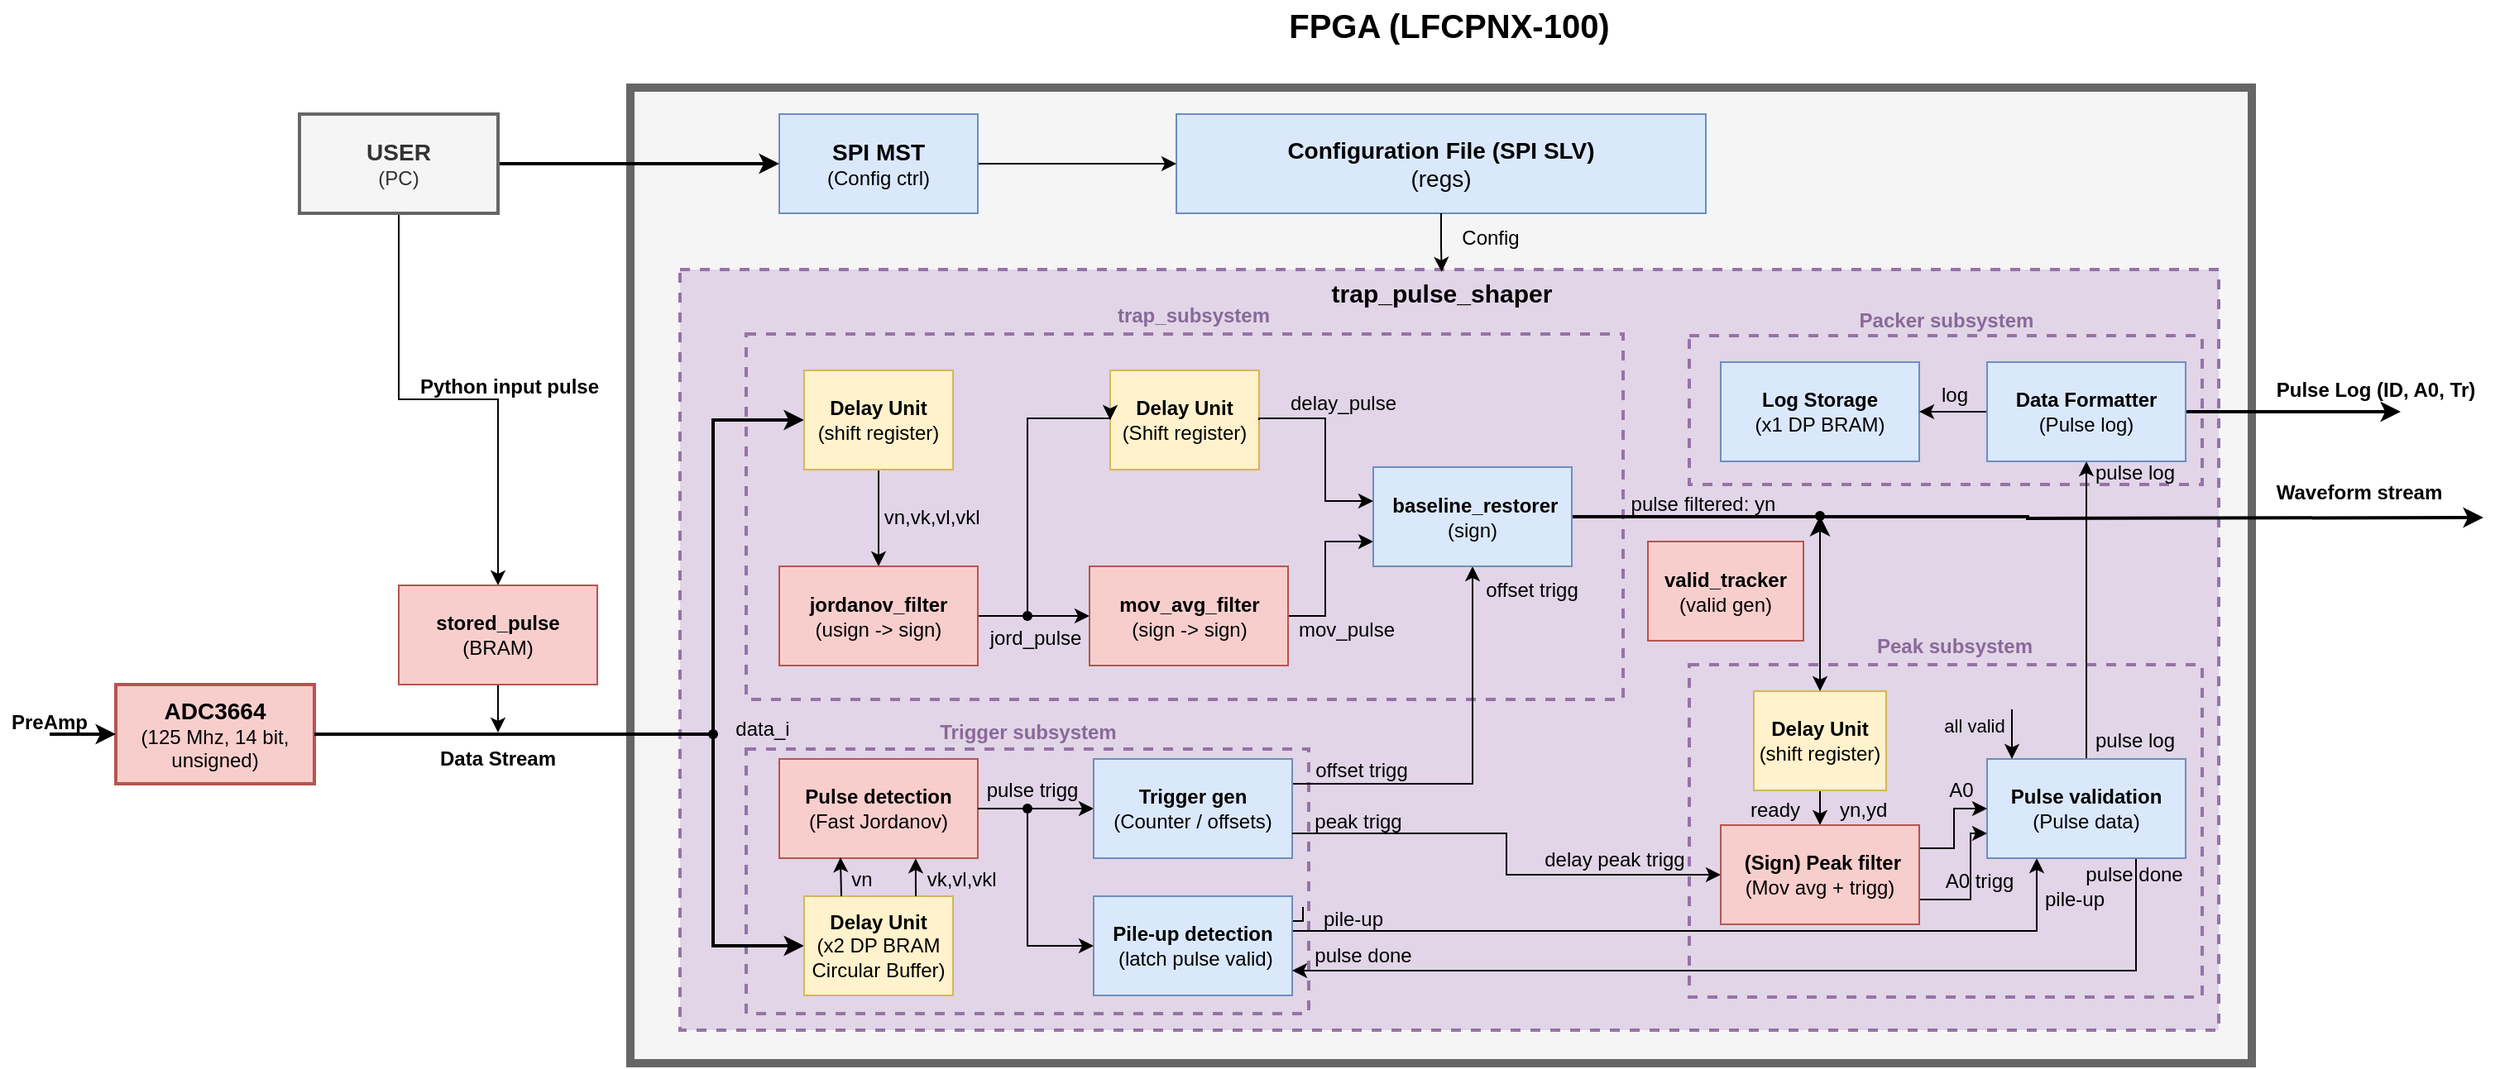
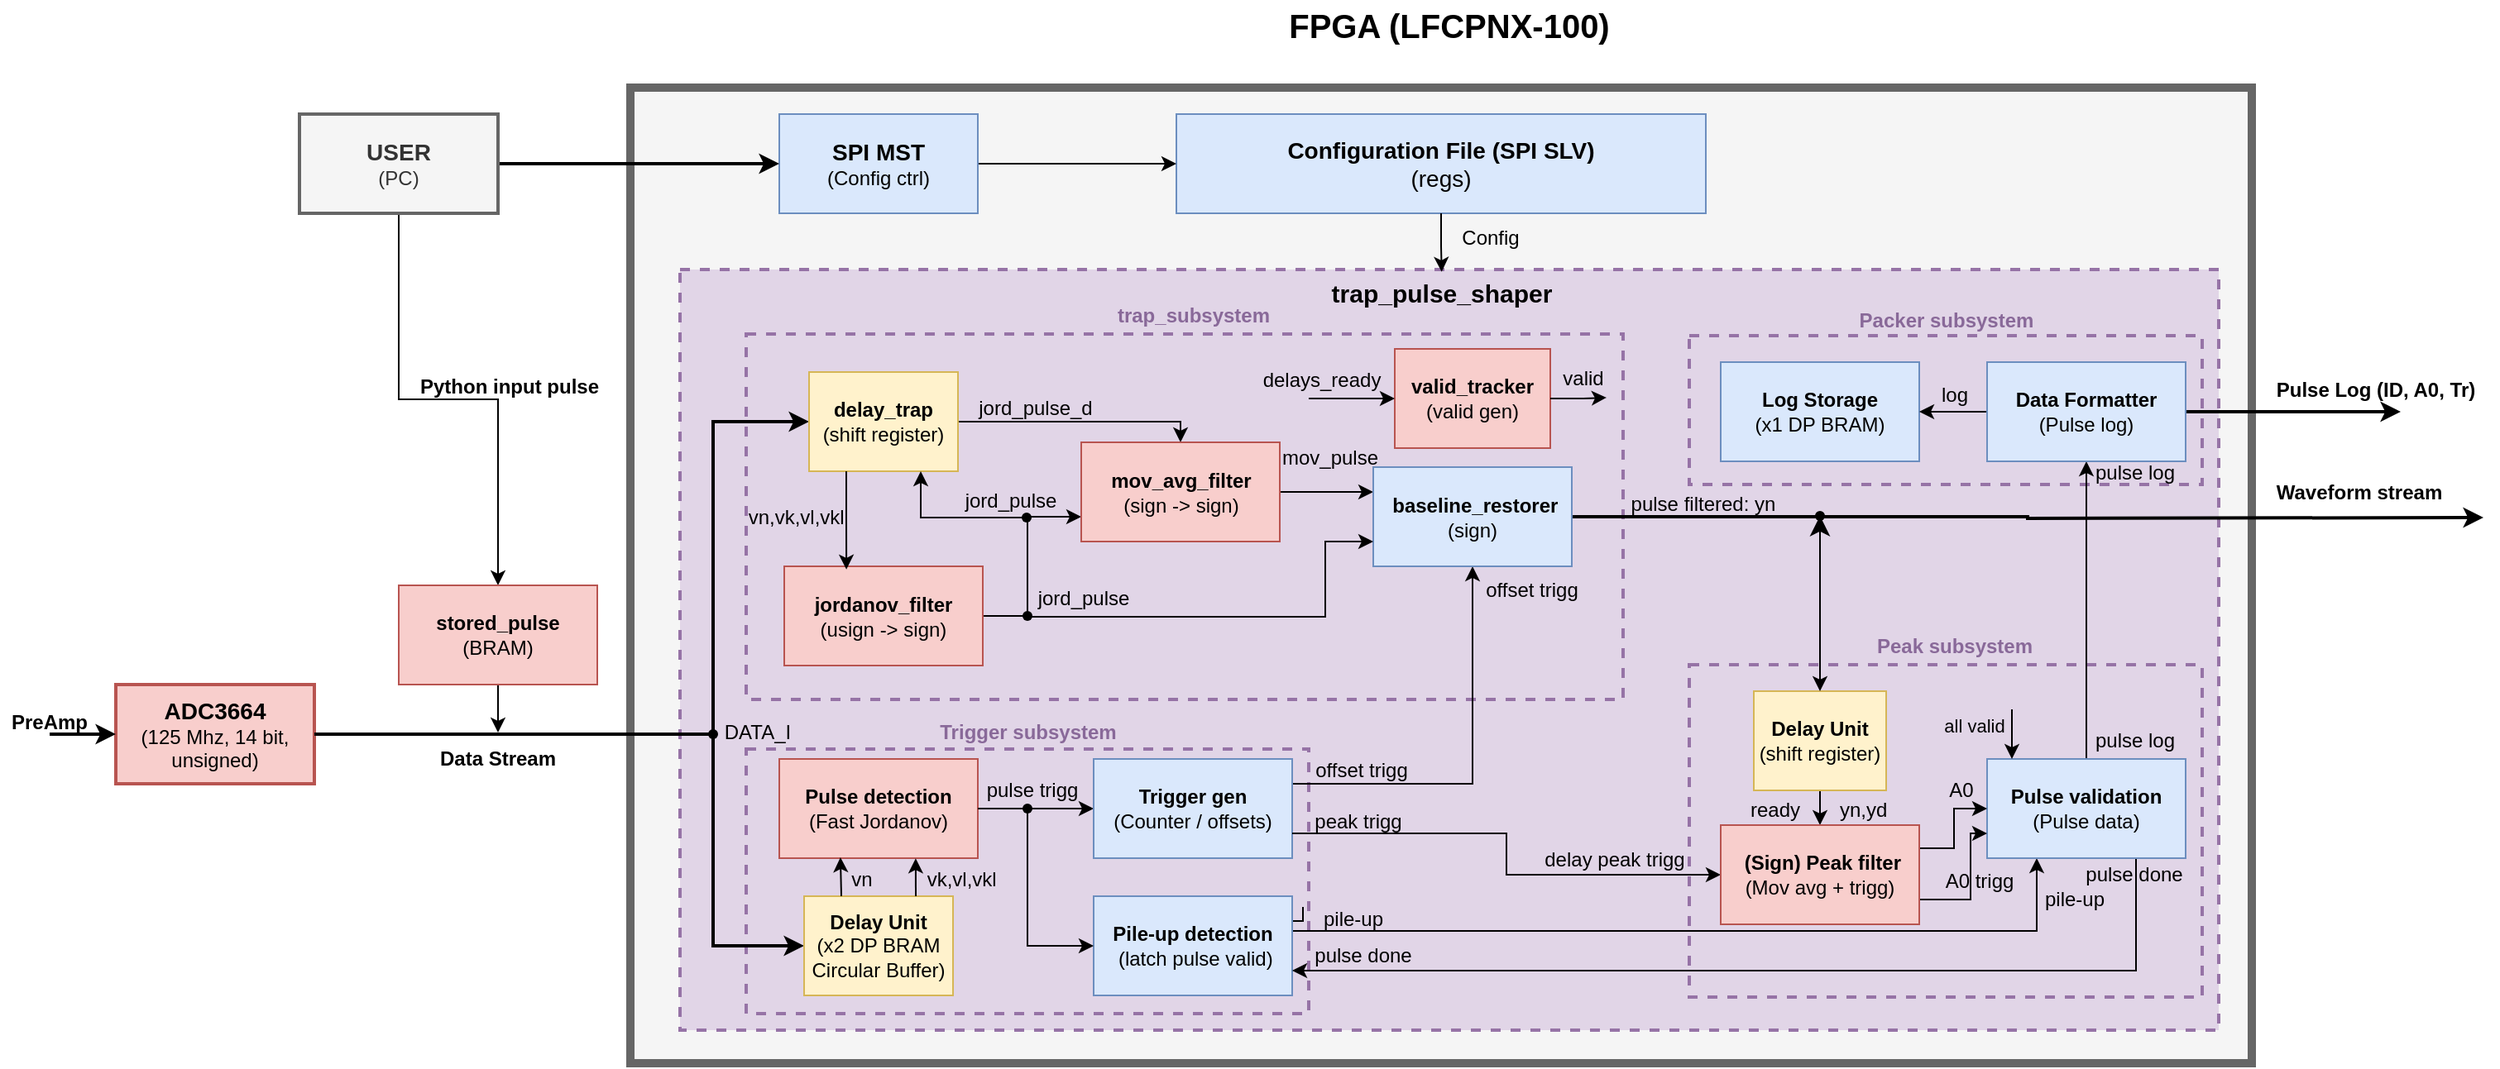
<mxfile host="app.diagrams.net">
  <diagram name="Página-1" id="DUChFk5_xbMTv0LWm646">
-     <mxGraphModel dx="2235" dy="1448" grid="1" gridSize="10" guides="1" tooltips="1" connect="1" arrows="1" fold="1" page="1" pageScale="1" pageWidth="1169" pageHeight="827" math="0" shadow="0">
+     <mxGraphModel dx="2388" dy="1537" grid="1" gridSize="10" guides="1" tooltips="1" connect="1" arrows="1" fold="1" page="1" pageScale="1" pageWidth="1169" pageHeight="827" math="0" shadow="0">
      <root>
        <mxCell id="0" />
        <mxCell id="1" parent="0" />
        <mxCell id="C5UH879O8CjxN1mO6zWX-1" parent="1" style="rounded=0;whiteSpace=wrap;html=1;fillColor=#f5f5f5;strokeColor=#666666;strokeWidth=5;fontColor=#333333;" value="" vertex="1">
          <mxGeometry height="590" width="980" x="200" y="-160" as="geometry" />
        </mxCell>
        <mxCell id="C5UH879O8CjxN1mO6zWX-2" parent="1" style="rounded=0;whiteSpace=wrap;html=1;fillColor=#e1d5e7;strokeColor=#9673a6;strokeWidth=2;dashed=1;" value="" vertex="1">
          <mxGeometry height="460" width="930" x="230" y="-50" as="geometry" />
        </mxCell>
        <mxCell id="C5UH879O8CjxN1mO6zWX-3" parent="1" style="rounded=0;whiteSpace=wrap;html=1;fillColor=#e1d5e7;strokeColor=#9673a6;dashed=1;strokeWidth=2;" value="" vertex="1">
          <mxGeometry height="201" width="310" x="840" y="189" as="geometry" />
        </mxCell>
        <mxCell id="C5UH879O8CjxN1mO6zWX-4" parent="1" style="rounded=0;whiteSpace=wrap;html=1;fillColor=#e1d5e7;strokeColor=#9673a6;dashed=1;strokeWidth=2;" value="" vertex="1">
          <mxGeometry height="90" width="310" x="840" y="-10" as="geometry" />
        </mxCell>
        <mxCell id="C5UH879O8CjxN1mO6zWX-5" parent="1" style="rounded=0;whiteSpace=wrap;html=1;fillColor=#e1d5e7;strokeColor=#9673a6;dashed=1;strokeWidth=2;" value="" vertex="1">
          <mxGeometry height="221" width="530" x="270" y="-11" as="geometry" />
        </mxCell>
        <mxCell id="C5UH879O8CjxN1mO6zWX-6" parent="1" style="rounded=0;whiteSpace=wrap;html=1;fillColor=#e1d5e7;strokeColor=#9673a6;dashed=1;strokeWidth=2;" value="" vertex="1">
          <mxGeometry height="160" width="340" x="270" y="240" as="geometry" />
        </mxCell>
        <mxCell id="C5UH879O8CjxN1mO6zWX-7" parent="1" style="rounded=0;whiteSpace=wrap;html=1;fillColor=#f8cecc;strokeColor=#b85450;strokeWidth=2;" value="&lt;b&gt;&lt;font style=&quot;font-size: 14px;&quot;&gt;ADC3664&lt;/font&gt;&lt;/b&gt;&lt;div&gt;(125 Mhz, 14 bit, unsigned)&lt;/div&gt;" vertex="1">
          <mxGeometry height="60" width="120" x="-111" y="201" as="geometry" />
        </mxCell>
        <mxCell id="C5UH879O8CjxN1mO6zWX-8" edge="1" parent="1" source="C5UH879O8CjxN1mO6zWX-50" style="edgeStyle=orthogonalEdgeStyle;rounded=0;orthogonalLoop=1;jettySize=auto;html=1;" target="C5UH879O8CjxN1mO6zWX-46" value="">
          <mxGeometry relative="1" as="geometry" />
        </mxCell>
        <mxCell id="C5UH879O8CjxN1mO6zWX-9" parent="1" style="rounded=0;whiteSpace=wrap;html=1;fillColor=#f8cecc;strokeColor=#b85450;" value="&lt;b&gt;Pulse detection&lt;/b&gt;&lt;div&gt;(Fast Jordanov)&lt;/div&gt;" vertex="1">
          <mxGeometry height="60" width="120" x="290" y="246" as="geometry" />
        </mxCell>
-         <mxCell id="C5UH879O8CjxN1mO6zWX-11" parent="1" style="rounded=0;whiteSpace=wrap;html=1;fillColor=#fff2cc;strokeColor=#d6b656;" value="&lt;div&gt;&lt;span style=&quot;background-color: transparent; color: light-dark(rgb(0, 0, 0), rgb(255, 255, 255));&quot;&gt;&lt;b style=&quot;&quot;&gt;&lt;font&gt;Delay Unit&lt;/font&gt;&lt;/b&gt;&lt;/span&gt;&lt;/div&gt;&lt;div&gt;&lt;span style=&quot;background-color: transparent; color: light-dark(rgb(0, 0, 0), rgb(255, 255, 255));&quot;&gt;&lt;font&gt;(Shift register)&lt;/font&gt;&lt;/span&gt;&lt;/div&gt;" vertex="1">
-           <mxGeometry height="60" width="90" x="490" y="11" as="geometry" />
-         </mxCell>
        <mxCell id="C5UH879O8CjxN1mO6zWX-14" edge="1" parent="1" source="C5UH879O8CjxN1mO6zWX-15" style="edgeStyle=orthogonalEdgeStyle;rounded=0;orthogonalLoop=1;jettySize=auto;html=1;entryX=0;entryY=0.5;entryDx=0;entryDy=0;strokeWidth=2;" target="C5UH879O8CjxN1mO6zWX-83">
          <mxGeometry relative="1" as="geometry">
            <Array as="points">
              <mxPoint x="250" y="359" />
            </Array>
          </mxGeometry>
        </mxCell>
-         <mxCell id="k51QHuAgghIAk2RmYg5w-34" edge="1" parent="1" source="C5UH879O8CjxN1mO6zWX-15" style="edgeStyle=orthogonalEdgeStyle;rounded=0;orthogonalLoop=1;jettySize=auto;html=1;entryX=0;entryY=0.5;entryDx=0;entryDy=0;strokeWidth=2;" target="C5UH879O8CjxN1mO6zWX-19">
-           <mxGeometry relative="1" as="geometry">
-             <Array as="points">
-               <mxPoint x="250.03" y="41.03" />
+         <mxCell id="k51QHuAgghIAk2RmYg5w-55" edge="1" parent="1" source="C5UH879O8CjxN1mO6zWX-15" style="edgeStyle=orthogonalEdgeStyle;rounded=0;orthogonalLoop=1;jettySize=auto;html=1;entryX=0;entryY=0.5;entryDx=0;entryDy=0;strokeWidth=2;" target="C5UH879O8CjxN1mO6zWX-19">
+           <mxGeometry relative="1" as="geometry">
+             <Array as="points">
+               <mxPoint x="250" y="42" />
            </Array>
          </mxGeometry>
        </mxCell>
        <mxCell id="C5UH879O8CjxN1mO6zWX-15" parent="1" style="shape=waypoint;sketch=0;fillStyle=solid;size=6;pointerEvents=1;points=[];fillColor=none;resizable=0;rotatable=0;perimeter=centerPerimeter;snapToPoint=1;" value="" vertex="1">
          <mxGeometry height="20" width="20" x="240" y="221" as="geometry" />
        </mxCell>
        <mxCell id="C5UH879O8CjxN1mO6zWX-16" edge="1" parent="1" source="C5UH879O8CjxN1mO6zWX-7" style="edgeStyle=orthogonalEdgeStyle;rounded=0;orthogonalLoop=1;jettySize=auto;html=1;entryX=0.3;entryY=0.567;entryDx=0;entryDy=0;entryPerimeter=0;endArrow=none;endFill=0;strokeWidth=2;" target="C5UH879O8CjxN1mO6zWX-15">
          <mxGeometry relative="1" as="geometry" />
        </mxCell>
        <mxCell id="C5UH879O8CjxN1mO6zWX-17" parent="1" style="text;html=1;whiteSpace=wrap;strokeColor=none;fillColor=none;align=center;verticalAlign=middle;rounded=0;" value="&lt;b&gt;Data Stream&lt;/b&gt;" vertex="1">
          <mxGeometry height="30" width="106" x="67" y="231" as="geometry" />
        </mxCell>
-         <mxCell id="k51QHuAgghIAk2RmYg5w-35" edge="1" parent="1" source="C5UH879O8CjxN1mO6zWX-19" style="edgeStyle=orthogonalEdgeStyle;rounded=0;orthogonalLoop=1;jettySize=auto;html=1;entryX=0.5;entryY=0;entryDx=0;entryDy=0;" target="C5UH879O8CjxN1mO6zWX-23">
-           <mxGeometry relative="1" as="geometry" />
-         </mxCell>
-         <mxCell id="C5UH879O8CjxN1mO6zWX-19" parent="1" style="rounded=0;whiteSpace=wrap;html=1;fillColor=#fff2cc;strokeColor=#d6b656;" value="&lt;div&gt;&lt;span style=&quot;background-color: transparent; color: light-dark(rgb(0, 0, 0), rgb(255, 255, 255));&quot;&gt;&lt;b&gt;Delay Unit&lt;/b&gt;&lt;/span&gt;&lt;/div&gt;&lt;div&gt;&lt;span style=&quot;background-color: transparent; color: light-dark(rgb(0, 0, 0), rgb(255, 255, 255));&quot;&gt;(shift register)&lt;/span&gt;&lt;/div&gt;" vertex="1">
-           <mxGeometry height="60" width="90" x="305" y="11" as="geometry" />
+         <mxCell id="k51QHuAgghIAk2RmYg5w-47" edge="1" parent="1" source="C5UH879O8CjxN1mO6zWX-19" style="edgeStyle=orthogonalEdgeStyle;rounded=0;orthogonalLoop=1;jettySize=auto;html=1;entryX=0.5;entryY=0;entryDx=0;entryDy=0;jumpStyle=arc;exitX=1;exitY=0.5;exitDx=0;exitDy=0;" target="C5UH879O8CjxN1mO6zWX-41">
+           <mxGeometry relative="1" as="geometry">
+             <Array as="points">
+               <mxPoint x="532.5" y="42" />
+             </Array>
+           </mxGeometry>
+         </mxCell>
+         <mxCell id="C5UH879O8CjxN1mO6zWX-19" parent="1" style="rounded=0;whiteSpace=wrap;html=1;fillColor=#fff2cc;strokeColor=#d6b656;" value="&lt;div&gt;&lt;span style=&quot;background-color: transparent; color: light-dark(rgb(0, 0, 0), rgb(255, 255, 255));&quot;&gt;&lt;b&gt;delay_trap&lt;/b&gt;&lt;/span&gt;&lt;/div&gt;&lt;div&gt;&lt;span style=&quot;background-color: transparent; color: light-dark(rgb(0, 0, 0), rgb(255, 255, 255));&quot;&gt;(shift register)&lt;/span&gt;&lt;/div&gt;" vertex="1">
+           <mxGeometry height="60" width="90" x="308" y="12" as="geometry" />
        </mxCell>
        <mxCell id="C5UH879O8CjxN1mO6zWX-20" edge="1" parent="1" source="C5UH879O8CjxN1mO6zWX-52" style="edgeStyle=orthogonalEdgeStyle;rounded=0;orthogonalLoop=1;jettySize=auto;html=1;entryX=0.25;entryY=1;entryDx=0;entryDy=0;exitX=0;exitY=0.25;exitDx=0;exitDy=0;" target="C5UH879O8CjxN1mO6zWX-28">
          <mxGeometry relative="1" as="geometry">
            <Array as="points">
              <mxPoint x="577" y="344" />
              <mxPoint x="577" y="350" />
              <mxPoint x="1050" y="350" />
            </Array>
          </mxGeometry>
        </mxCell>
        <mxCell id="C5UH879O8CjxN1mO6zWX-21" parent="1" style="rounded=0;whiteSpace=wrap;html=1;fillColor=#dae8fc;strokeColor=#6c8ebf;" value="&lt;div&gt;&lt;b&gt;Pile-up detection&lt;/b&gt;&lt;/div&gt;&lt;div&gt;&amp;nbsp;(latch pulse valid)&lt;/div&gt;" vertex="1">
          <mxGeometry height="60" width="120" x="480" y="329" as="geometry" />
        </mxCell>
-         <mxCell id="k51QHuAgghIAk2RmYg5w-36" edge="1" parent="1" source="C5UH879O8CjxN1mO6zWX-23" style="edgeStyle=orthogonalEdgeStyle;rounded=0;orthogonalLoop=1;jettySize=auto;html=1;entryX=0;entryY=0.5;entryDx=0;entryDy=0;" target="C5UH879O8CjxN1mO6zWX-41">
-           <mxGeometry relative="1" as="geometry" />
+         <mxCell id="k51QHuAgghIAk2RmYg5w-36" edge="1" parent="1" source="C5UH879O8CjxN1mO6zWX-23" style="edgeStyle=orthogonalEdgeStyle;rounded=0;orthogonalLoop=1;jettySize=auto;html=1;entryX=0;entryY=0.75;entryDx=0;entryDy=0;" target="C5UH879O8CjxN1mO6zWX-41">
+           <mxGeometry relative="1" as="geometry">
+             <Array as="points">
+               <mxPoint x="440" y="159.5" />
+               <mxPoint x="440" y="99.5" />
+             </Array>
+           </mxGeometry>
        </mxCell>
        <mxCell id="C5UH879O8CjxN1mO6zWX-23" parent="1" style="rounded=0;whiteSpace=wrap;html=1;fillColor=#f8cecc;strokeColor=#b85450;" value="&lt;div&gt;&lt;span style=&quot;background-color: transparent; color: light-dark(rgb(0, 0, 0), rgb(255, 255, 255));&quot;&gt;&lt;b&gt;jordanov_filter&lt;/b&gt;&lt;/span&gt;&lt;/div&gt;&lt;div&gt;&lt;span style=&quot;background-color: transparent; color: light-dark(rgb(0, 0, 0), rgb(255, 255, 255));&quot;&gt;(usign -&amp;gt; sign)&lt;/span&gt;&lt;/div&gt;" vertex="1">
-           <mxGeometry height="60" width="120" x="290" y="129.5" as="geometry" />
+           <mxGeometry height="60" width="120" x="293" y="129.5" as="geometry" />
        </mxCell>
        <mxCell id="C5UH879O8CjxN1mO6zWX-24" edge="1" parent="1" source="C5UH879O8CjxN1mO6zWX-25" style="edgeStyle=orthogonalEdgeStyle;rounded=0;orthogonalLoop=1;jettySize=auto;html=1;" target="C5UH879O8CjxN1mO6zWX-69" value="">
          <mxGeometry relative="1" as="geometry" />
        </mxCell>
        <mxCell id="C5UH879O8CjxN1mO6zWX-25" parent="1" style="rounded=0;whiteSpace=wrap;html=1;fillColor=#fff2cc;strokeColor=#d6b656;" value="&lt;div&gt;&lt;span style=&quot;background-color: transparent; color: light-dark(rgb(0, 0, 0), rgb(255, 255, 255));&quot;&gt;&lt;b&gt;Delay Unit&lt;/b&gt;&lt;/span&gt;&lt;/div&gt;&lt;div&gt;&lt;span style=&quot;background-color: transparent; color: light-dark(rgb(0, 0, 0), rgb(255, 255, 255));&quot;&gt;(shift register)&lt;/span&gt;&lt;/div&gt;" vertex="1">
          <mxGeometry height="60" width="80" x="879" y="205" as="geometry" />
        </mxCell>
        <mxCell id="C5UH879O8CjxN1mO6zWX-26" edge="1" parent="1" source="C5UH879O8CjxN1mO6zWX-28" style="edgeStyle=orthogonalEdgeStyle;rounded=0;orthogonalLoop=1;jettySize=auto;html=1;" target="C5UH879O8CjxN1mO6zWX-55">
          <mxGeometry relative="1" as="geometry" />
        </mxCell>
        <mxCell id="C5UH879O8CjxN1mO6zWX-27" edge="1" parent="1" source="C5UH879O8CjxN1mO6zWX-28" style="edgeStyle=orthogonalEdgeStyle;rounded=0;orthogonalLoop=1;jettySize=auto;html=1;exitX=0.75;exitY=1;exitDx=0;exitDy=0;entryX=1;entryY=0.75;entryDx=0;entryDy=0;" target="C5UH879O8CjxN1mO6zWX-21">
          <mxGeometry relative="1" as="geometry" />
        </mxCell>
        <mxCell id="C5UH879O8CjxN1mO6zWX-28" parent="1" style="rounded=0;whiteSpace=wrap;html=1;fillColor=#dae8fc;strokeColor=#6c8ebf;" value="&lt;div&gt;&lt;span style=&quot;background-color: transparent; color: light-dark(rgb(0, 0, 0), rgb(255, 255, 255));&quot;&gt;&lt;b&gt;Pulse validation&lt;/b&gt;&lt;/span&gt;&lt;/div&gt;&lt;div&gt;&lt;span style=&quot;background-color: transparent; color: light-dark(rgb(0, 0, 0), rgb(255, 255, 255));&quot;&gt;(Pulse data)&lt;/span&gt;&lt;/div&gt;" vertex="1">
          <mxGeometry height="60" width="120" x="1020" y="246" as="geometry" />
        </mxCell>
        <mxCell id="C5UH879O8CjxN1mO6zWX-29" parent="1" style="rounded=0;whiteSpace=wrap;html=1;fillColor=#dae8fc;strokeColor=#6c8ebf;" value="&lt;div&gt;&lt;span style=&quot;background-color: transparent; color: light-dark(rgb(0, 0, 0), rgb(255, 255, 255));&quot;&gt;&lt;b&gt;&lt;font style=&quot;font-size: 14px;&quot;&gt;Configuration File (SPI SLV)&lt;/font&gt;&lt;/b&gt;&lt;/span&gt;&lt;/div&gt;&lt;div&gt;&lt;span style=&quot;background-color: transparent; color: light-dark(rgb(0, 0, 0), rgb(255, 255, 255));&quot;&gt;&lt;font style=&quot;font-size: 14px;&quot;&gt;(regs)&lt;/font&gt;&lt;/span&gt;&lt;/div&gt;" vertex="1">
          <mxGeometry height="60" width="320" x="530" y="-144" as="geometry" />
        </mxCell>
        <mxCell id="C5UH879O8CjxN1mO6zWX-30" edge="1" parent="1" source="C5UH879O8CjxN1mO6zWX-31" style="edgeStyle=orthogonalEdgeStyle;rounded=0;orthogonalLoop=1;jettySize=auto;html=1;" target="C5UH879O8CjxN1mO6zWX-29" value="">
          <mxGeometry relative="1" as="geometry" />
        </mxCell>
        <mxCell id="C5UH879O8CjxN1mO6zWX-31" parent="1" style="rounded=0;whiteSpace=wrap;html=1;fillColor=#dae8fc;strokeColor=#6c8ebf;" value="&lt;div&gt;&lt;span style=&quot;background-color: transparent; color: light-dark(rgb(0, 0, 0), rgb(255, 255, 255));&quot;&gt;&lt;b&gt;&lt;font style=&quot;font-size: 14px;&quot;&gt;SPI MST&lt;/font&gt;&lt;/b&gt;&lt;/span&gt;&lt;/div&gt;&lt;div&gt;&lt;span style=&quot;background-color: transparent; color: light-dark(rgb(0, 0, 0), rgb(255, 255, 255));&quot;&gt;(Config ctrl)&lt;/span&gt;&lt;/div&gt;" vertex="1">
          <mxGeometry height="60" width="120" x="290" y="-144" as="geometry" />
        </mxCell>
        <mxCell id="C5UH879O8CjxN1mO6zWX-32" edge="1" parent="1" source="C5UH879O8CjxN1mO6zWX-38" style="endArrow=classic;html=1;rounded=0;entryX=0;entryY=0.5;entryDx=0;entryDy=0;strokeWidth=2;exitX=1;exitY=0.5;exitDx=0;exitDy=0;" target="C5UH879O8CjxN1mO6zWX-31" value="">
          <mxGeometry height="50" relative="1" width="50" as="geometry">
            <mxPoint x="161" y="-114" as="sourcePoint" />
            <mxPoint x="211" y="-114" as="targetPoint" />
          </mxGeometry>
        </mxCell>
        <mxCell id="C5UH879O8CjxN1mO6zWX-33" edge="1" parent="1" style="endArrow=classic;html=1;rounded=0;entryX=0;entryY=0.5;entryDx=0;entryDy=0;strokeWidth=2;" target="C5UH879O8CjxN1mO6zWX-7" value="">
          <mxGeometry height="50" relative="1" width="50" as="geometry">
            <mxPoint x="-151" y="231" as="sourcePoint" />
            <mxPoint x="-83" y="248" as="targetPoint" />
          </mxGeometry>
        </mxCell>
        <mxCell id="C5UH879O8CjxN1mO6zWX-35" parent="1" style="rounded=0;whiteSpace=wrap;html=1;fillColor=#dae8fc;strokeColor=#6c8ebf;" value="&lt;div&gt;&lt;span style=&quot;background-color: transparent; color: light-dark(rgb(0, 0, 0), rgb(255, 255, 255));&quot;&gt;&lt;b&gt;Log Storage&lt;/b&gt;&lt;/span&gt;&lt;/div&gt;&lt;div&gt;&lt;span style=&quot;background-color: transparent; color: light-dark(rgb(0, 0, 0), rgb(255, 255, 255));&quot;&gt;(x1 DP BRAM)&lt;/span&gt;&lt;/div&gt;" vertex="1">
          <mxGeometry height="60" width="120" x="859" y="6" as="geometry" />
        </mxCell>
        <mxCell id="C5UH879O8CjxN1mO6zWX-36" edge="1" parent="1" source="C5UH879O8CjxN1mO6zWX-55" style="endArrow=classic;html=1;rounded=0;exitX=1;exitY=0.5;exitDx=0;exitDy=0;strokeWidth=2;" value="">
          <mxGeometry height="50" relative="1" width="50" as="geometry">
            <mxPoint x="980" y="196.17000000000002" as="sourcePoint" />
            <mxPoint x="1270" y="36" as="targetPoint" />
          </mxGeometry>
        </mxCell>
        <mxCell id="C5UH879O8CjxN1mO6zWX-111" edge="1" parent="1" source="C5UH879O8CjxN1mO6zWX-38" style="edgeStyle=orthogonalEdgeStyle;rounded=0;orthogonalLoop=1;jettySize=auto;html=1;entryX=0.5;entryY=0;entryDx=0;entryDy=0;" target="C5UH879O8CjxN1mO6zWX-110">
          <mxGeometry relative="1" as="geometry" />
        </mxCell>
        <mxCell id="C5UH879O8CjxN1mO6zWX-38" parent="1" style="rounded=0;whiteSpace=wrap;html=1;fillColor=#f5f5f5;fontColor=#333333;strokeColor=#666666;strokeWidth=2;" value="&lt;b&gt;&lt;font style=&quot;font-size: 14px;&quot;&gt;USER&lt;/font&gt;&lt;/b&gt;&lt;div&gt;(PC)&lt;/div&gt;" vertex="1">
          <mxGeometry height="60" width="120" y="-144" as="geometry" />
        </mxCell>
        <mxCell id="C5UH879O8CjxN1mO6zWX-39" parent="1" style="text;html=1;whiteSpace=wrap;strokeColor=none;fillColor=none;align=center;verticalAlign=middle;rounded=0;" value="&lt;b&gt;&lt;font style=&quot;font-size: 20px;&quot;&gt;FPGA (LFCPNX-100)&lt;/font&gt;&lt;/b&gt;" vertex="1">
          <mxGeometry height="30" width="240" x="575" y="-213" as="geometry" />
        </mxCell>
-         <mxCell id="k51QHuAgghIAk2RmYg5w-30" edge="1" parent="1" source="C5UH879O8CjxN1mO6zWX-41" style="edgeStyle=orthogonalEdgeStyle;rounded=0;orthogonalLoop=1;jettySize=auto;html=1;entryX=0;entryY=0.75;entryDx=0;entryDy=0;exitX=1;exitY=0.5;exitDx=0;exitDy=0;" target="C5UH879O8CjxN1mO6zWX-51">
-           <mxGeometry relative="1" as="geometry">
-             <Array as="points">
-               <mxPoint x="620" y="159.5" />
-               <mxPoint x="620" y="114.5" />
-             </Array>
-           </mxGeometry>
+         <mxCell id="k51QHuAgghIAk2RmYg5w-54" edge="1" parent="1" source="C5UH879O8CjxN1mO6zWX-41" style="edgeStyle=orthogonalEdgeStyle;rounded=0;orthogonalLoop=1;jettySize=auto;html=1;entryX=0;entryY=0.25;entryDx=0;entryDy=0;" target="C5UH879O8CjxN1mO6zWX-51">
+           <mxGeometry relative="1" as="geometry" />
        </mxCell>
        <mxCell id="C5UH879O8CjxN1mO6zWX-41" parent="1" style="rounded=0;whiteSpace=wrap;html=1;fillColor=#f8cecc;strokeColor=#b85450;" value="&lt;div&gt;&lt;span style=&quot;background-color: transparent; color: light-dark(rgb(0, 0, 0), rgb(255, 255, 255));&quot;&gt;&lt;b&gt;&lt;font&gt;mov_avg_filter&lt;/font&gt;&lt;/b&gt;&lt;/span&gt;&lt;/div&gt;&lt;div&gt;&lt;span style=&quot;background-color: transparent; color: light-dark(rgb(0, 0, 0), rgb(255, 255, 255));&quot;&gt;&lt;font&gt;(sign -&amp;gt; sign)&lt;/font&gt;&lt;/span&gt;&lt;/div&gt;" vertex="1">
-           <mxGeometry height="60" width="120" x="477.5" y="129.5" as="geometry" />
+           <mxGeometry height="60" width="120" x="472.5" y="54.5" as="geometry" />
        </mxCell>
        <mxCell id="C5UH879O8CjxN1mO6zWX-42" parent="1" style="text;html=1;whiteSpace=wrap;strokeColor=none;fillColor=none;align=center;verticalAlign=middle;rounded=0;" value="&lt;b&gt;Waveform stream&lt;/b&gt;" vertex="1">
          <mxGeometry height="30" width="130" x="1180" y="69.5" as="geometry" />
        </mxCell>
        <mxCell id="C5UH879O8CjxN1mO6zWX-43" parent="1" style="text;html=1;whiteSpace=wrap;strokeColor=none;fillColor=none;align=center;verticalAlign=middle;rounded=0;" value="&lt;b&gt;&lt;font style=&quot;font-size: 15px;&quot;&gt;trap_pulse_shaper&lt;/font&gt;&lt;/b&gt;" vertex="1">
          <mxGeometry height="30" width="232.5" x="573.75" y="-51" as="geometry" />
        </mxCell>
        <mxCell id="C5UH879O8CjxN1mO6zWX-44" parent="1" style="text;html=1;whiteSpace=wrap;strokeColor=none;fillColor=none;align=center;verticalAlign=middle;rounded=0;" value="Config" vertex="1">
          <mxGeometry height="30" width="60" x="690" y="-84" as="geometry" />
        </mxCell>
        <mxCell id="k51QHuAgghIAk2RmYg5w-7" edge="1" parent="1" source="C5UH879O8CjxN1mO6zWX-46" style="edgeStyle=orthogonalEdgeStyle;rounded=0;orthogonalLoop=1;jettySize=auto;html=1;exitX=1;exitY=0.25;exitDx=0;exitDy=0;entryX=0.5;entryY=1;entryDx=0;entryDy=0;" target="C5UH879O8CjxN1mO6zWX-51">
          <mxGeometry relative="1" as="geometry" />
        </mxCell>
        <mxCell id="C5UH879O8CjxN1mO6zWX-46" parent="1" style="rounded=0;whiteSpace=wrap;html=1;fillColor=#dae8fc;strokeColor=#6c8ebf;" value="&lt;b&gt;Trigger gen&lt;/b&gt;&lt;div&gt;(Counter / offsets)&lt;/div&gt;" vertex="1">
          <mxGeometry height="60" width="120" x="480" y="246" as="geometry" />
        </mxCell>
        <mxCell id="C5UH879O8CjxN1mO6zWX-47" edge="1" parent="1" source="C5UH879O8CjxN1mO6zWX-46" style="edgeStyle=orthogonalEdgeStyle;rounded=0;orthogonalLoop=1;jettySize=auto;html=1;entryX=0;entryY=0.5;entryDx=0;entryDy=0;exitX=1;exitY=0.75;exitDx=0;exitDy=0;" target="C5UH879O8CjxN1mO6zWX-69">
          <mxGeometry relative="1" as="geometry" />
        </mxCell>
        <mxCell id="C5UH879O8CjxN1mO6zWX-48" edge="1" parent="1" source="C5UH879O8CjxN1mO6zWX-9" style="edgeStyle=orthogonalEdgeStyle;rounded=0;orthogonalLoop=1;jettySize=auto;html=1;entryDx=0;entryDy=0;endArrow=none;endFill=0;" target="C5UH879O8CjxN1mO6zWX-50" value="">
          <mxGeometry relative="1" as="geometry">
            <mxPoint x="410" y="276" as="sourcePoint" />
            <mxPoint x="480" y="359" as="targetPoint" />
          </mxGeometry>
        </mxCell>
        <mxCell id="C5UH879O8CjxN1mO6zWX-49" edge="1" parent="1" source="C5UH879O8CjxN1mO6zWX-50" style="edgeStyle=orthogonalEdgeStyle;rounded=0;orthogonalLoop=1;jettySize=auto;html=1;entryX=0;entryY=0.5;entryDx=0;entryDy=0;" target="C5UH879O8CjxN1mO6zWX-21">
          <mxGeometry relative="1" as="geometry">
            <Array as="points">
              <mxPoint x="440" y="359" />
            </Array>
          </mxGeometry>
        </mxCell>
        <mxCell id="C5UH879O8CjxN1mO6zWX-50" parent="1" style="shape=waypoint;sketch=0;fillStyle=solid;size=6;pointerEvents=1;points=[];fillColor=none;resizable=0;rotatable=0;perimeter=centerPerimeter;snapToPoint=1;" value="" vertex="1">
          <mxGeometry height="20" width="20" x="430" y="266" as="geometry" />
        </mxCell>
        <mxCell id="k51QHuAgghIAk2RmYg5w-8" edge="1" parent="1" source="C5UH879O8CjxN1mO6zWX-51" style="edgeStyle=orthogonalEdgeStyle;rounded=0;orthogonalLoop=1;jettySize=auto;html=1;strokeWidth=2;">
          <mxGeometry relative="1" as="geometry">
            <mxPoint x="1320" y="100" as="targetPoint" />
          </mxGeometry>
        </mxCell>
        <mxCell id="C5UH879O8CjxN1mO6zWX-51" parent="1" style="rounded=0;whiteSpace=wrap;html=1;fillColor=#dae8fc;strokeColor=#6c8ebf;" value="&lt;div&gt;&lt;span style=&quot;background-color: transparent; color: light-dark(rgb(0, 0, 0), rgb(255, 255, 255));&quot;&gt;&lt;b&gt;&amp;nbsp;baseline_restorer&lt;/b&gt;&lt;/span&gt;&lt;/div&gt;&lt;div&gt;&lt;span style=&quot;background-color: transparent; color: light-dark(rgb(0, 0, 0), rgb(255, 255, 255));&quot;&gt;(sign)&lt;/span&gt;&lt;/div&gt;" vertex="1">
          <mxGeometry height="60" width="120" x="649" y="69.5" as="geometry" />
        </mxCell>
        <mxCell id="C5UH879O8CjxN1mO6zWX-52" parent="1" style="text;html=1;whiteSpace=wrap;strokeColor=none;fillColor=none;align=center;verticalAlign=middle;rounded=0;" value="pile-up" vertex="1">
          <mxGeometry height="30" width="60" x="606.5" y="328" as="geometry" />
        </mxCell>
        <mxCell id="C5UH879O8CjxN1mO6zWX-53" parent="1" style="text;html=1;whiteSpace=wrap;strokeColor=none;fillColor=none;align=center;verticalAlign=middle;rounded=0;" value="&lt;b&gt;PreAmp&lt;/b&gt;" vertex="1">
          <mxGeometry height="30" width="60" x="-181" y="209" as="geometry" />
        </mxCell>
        <mxCell id="C5UH879O8CjxN1mO6zWX-54" edge="1" parent="1" source="C5UH879O8CjxN1mO6zWX-55" style="edgeStyle=orthogonalEdgeStyle;rounded=0;orthogonalLoop=1;jettySize=auto;html=1;exitX=0;exitY=0.5;exitDx=0;exitDy=0;entryX=1;entryY=0.5;entryDx=0;entryDy=0;" target="C5UH879O8CjxN1mO6zWX-35">
          <mxGeometry relative="1" as="geometry" />
        </mxCell>
        <mxCell id="C5UH879O8CjxN1mO6zWX-55" parent="1" style="rounded=0;whiteSpace=wrap;html=1;fillColor=#dae8fc;strokeColor=#6c8ebf;" value="&lt;div&gt;&lt;span style=&quot;background-color: transparent; color: light-dark(rgb(0, 0, 0), rgb(255, 255, 255));&quot;&gt;&lt;b&gt;Data Formatter&lt;/b&gt;&lt;/span&gt;&lt;/div&gt;&lt;div&gt;&lt;span style=&quot;background-color: transparent; color: light-dark(rgb(0, 0, 0), rgb(255, 255, 255));&quot;&gt;(Pulse log)&lt;/span&gt;&lt;/div&gt;" vertex="1">
          <mxGeometry height="60" width="120" x="1020" y="6" as="geometry" />
        </mxCell>
        <mxCell id="C5UH879O8CjxN1mO6zWX-56" parent="1" style="text;html=1;whiteSpace=wrap;strokeColor=none;fillColor=none;align=center;verticalAlign=middle;rounded=0;" value="A0" vertex="1">
          <mxGeometry height="30" width="61" x="974" y="250" as="geometry" />
        </mxCell>
        <mxCell id="C5UH879O8CjxN1mO6zWX-58" parent="1" style="text;html=1;whiteSpace=wrap;strokeColor=none;fillColor=none;align=center;verticalAlign=middle;rounded=0;" value="pulse filtered: yn" vertex="1">
          <mxGeometry height="30" width="97" x="800" y="77" as="geometry" />
        </mxCell>
        <mxCell id="C5UH879O8CjxN1mO6zWX-59" edge="1" parent="1" source="C5UH879O8CjxN1mO6zWX-29" style="edgeStyle=orthogonalEdgeStyle;rounded=0;orthogonalLoop=1;jettySize=auto;html=1;entryX=0.495;entryY=0.003;entryDx=0;entryDy=0;entryPerimeter=0;" target="C5UH879O8CjxN1mO6zWX-2">
          <mxGeometry relative="1" as="geometry" />
        </mxCell>
        <mxCell id="C5UH879O8CjxN1mO6zWX-60" parent="1" style="text;html=1;whiteSpace=wrap;strokeColor=none;fillColor=none;align=center;verticalAlign=middle;rounded=0;" value="&lt;font style=&quot;color: rgb(137, 105, 153);&quot;&gt;&lt;b style=&quot;&quot;&gt;trap_subsystem&lt;/b&gt;&lt;/font&gt;" vertex="1">
          <mxGeometry height="30" width="135" x="472.5" y="-37" as="geometry" />
        </mxCell>
        <mxCell id="C5UH879O8CjxN1mO6zWX-61" parent="1" style="text;html=1;whiteSpace=wrap;strokeColor=none;fillColor=none;align=center;verticalAlign=middle;rounded=0;" value="&lt;font style=&quot;color: rgb(137, 105, 153);&quot;&gt;&lt;b style=&quot;&quot;&gt;Packer subsystem&lt;/b&gt;&lt;/font&gt;" vertex="1">
          <mxGeometry height="30" width="135" x="927.5" y="-34" as="geometry" />
        </mxCell>
        <mxCell id="C5UH879O8CjxN1mO6zWX-62" parent="1" style="text;html=1;whiteSpace=wrap;strokeColor=none;fillColor=none;align=center;verticalAlign=middle;rounded=0;" value="&lt;font style=&quot;color: rgb(137, 105, 153);&quot;&gt;&lt;b style=&quot;&quot;&gt;Peak subsystem&lt;/b&gt;&lt;/font&gt;" vertex="1">
          <mxGeometry height="30" width="135" x="933" y="163" as="geometry" />
        </mxCell>
        <mxCell id="C5UH879O8CjxN1mO6zWX-63" parent="1" style="text;html=1;whiteSpace=wrap;strokeColor=none;fillColor=none;align=center;verticalAlign=middle;rounded=0;" value="&lt;font style=&quot;color: rgb(137, 105, 153);&quot;&gt;&lt;b style=&quot;&quot;&gt;Trigger subsystem&lt;/b&gt;&lt;/font&gt;" vertex="1">
          <mxGeometry height="30" width="135" x="372.5" y="215" as="geometry" />
        </mxCell>
        <mxCell id="C5UH879O8CjxN1mO6zWX-67" edge="1" parent="1" source="C5UH879O8CjxN1mO6zWX-69" style="edgeStyle=orthogonalEdgeStyle;rounded=0;orthogonalLoop=1;jettySize=auto;html=1;entryX=0;entryY=0.5;entryDx=0;entryDy=0;" target="C5UH879O8CjxN1mO6zWX-28">
          <mxGeometry relative="1" as="geometry">
            <Array as="points">
              <mxPoint x="1000" y="300" />
              <mxPoint x="1000" y="276" />
            </Array>
          </mxGeometry>
        </mxCell>
        <mxCell id="C5UH879O8CjxN1mO6zWX-68" edge="1" parent="1" source="C5UH879O8CjxN1mO6zWX-69" style="edgeStyle=orthogonalEdgeStyle;rounded=0;orthogonalLoop=1;jettySize=auto;html=1;exitX=1;exitY=0.75;exitDx=0;exitDy=0;entryX=0;entryY=0.75;entryDx=0;entryDy=0;" target="C5UH879O8CjxN1mO6zWX-28">
          <mxGeometry relative="1" as="geometry">
            <Array as="points">
              <mxPoint x="1010" y="331" />
              <mxPoint x="1010" y="291" />
            </Array>
          </mxGeometry>
        </mxCell>
        <mxCell id="C5UH879O8CjxN1mO6zWX-69" parent="1" style="rounded=0;whiteSpace=wrap;html=1;fillColor=#f8cecc;strokeColor=#b85450;" value="&lt;div&gt;&lt;b&gt;&amp;nbsp;(Sign) Peak filter&lt;/b&gt;&lt;/div&gt;&lt;div&gt;&lt;span style=&quot;background-color: transparent; color: light-dark(rgb(0, 0, 0), rgb(255, 255, 255));&quot;&gt;(Mov avg + trigg)&lt;/span&gt;&lt;/div&gt;" vertex="1">
          <mxGeometry height="60" width="120" x="859" y="286" as="geometry" />
        </mxCell>
        <mxCell id="C5UH879O8CjxN1mO6zWX-70" parent="1" style="text;html=1;whiteSpace=wrap;strokeColor=none;fillColor=none;align=center;verticalAlign=middle;rounded=0;" value="&lt;b&gt;Pulse Log (ID, A0, Tr)&lt;/b&gt;" vertex="1">
          <mxGeometry height="30" width="130" x="1190" y="8" as="geometry" />
        </mxCell>
        <mxCell id="C5UH879O8CjxN1mO6zWX-71" parent="1" style="text;html=1;whiteSpace=wrap;strokeColor=none;fillColor=none;align=center;verticalAlign=middle;rounded=0;" value="pile-up" vertex="1">
          <mxGeometry height="30" width="60" x="1043" y="316" as="geometry" />
        </mxCell>
        <mxCell id="C5UH879O8CjxN1mO6zWX-72" parent="1" style="text;html=1;whiteSpace=wrap;strokeColor=none;fillColor=none;align=center;verticalAlign=middle;rounded=0;" value="delay peak trigg" vertex="1">
          <mxGeometry height="30" width="90" x="750" y="292" as="geometry" />
        </mxCell>
        <mxCell id="C5UH879O8CjxN1mO6zWX-73" parent="1" style="text;html=1;whiteSpace=wrap;strokeColor=none;fillColor=none;align=center;verticalAlign=middle;rounded=0;" value="peak trigg" vertex="1">
          <mxGeometry height="30" width="61.5" x="608.5" y="269" as="geometry" />
        </mxCell>
        <mxCell id="C5UH879O8CjxN1mO6zWX-74" parent="1" style="text;html=1;whiteSpace=wrap;strokeColor=none;fillColor=none;align=center;verticalAlign=middle;rounded=0;" value="offset trigg" vertex="1">
          <mxGeometry height="19" width="70" x="710" y="134" as="geometry" />
        </mxCell>
        <mxCell id="C5UH879O8CjxN1mO6zWX-75" parent="1" style="text;html=1;whiteSpace=wrap;strokeColor=none;fillColor=none;align=center;verticalAlign=middle;rounded=0;" value="pulse trigg" vertex="1">
          <mxGeometry height="21" width="60" x="412.5" y="254.5" as="geometry" />
        </mxCell>
        <mxCell id="C5UH879O8CjxN1mO6zWX-76" parent="1" style="text;html=1;whiteSpace=wrap;strokeColor=none;fillColor=none;align=center;verticalAlign=middle;rounded=0;" value="vn,vk,vl,vkl&amp;nbsp;" vertex="1">
-           <mxGeometry height="30" width="60" x="353.5" y="84.5" as="geometry" />
+           <mxGeometry height="30" width="60" x="272" y="84.5" as="geometry" />
        </mxCell>
        <mxCell id="C5UH879O8CjxN1mO6zWX-79" parent="1" style="text;html=1;whiteSpace=wrap;strokeColor=none;fillColor=none;align=center;verticalAlign=middle;rounded=0;" value="yn,yd&amp;nbsp;" vertex="1">
          <mxGeometry height="30" width="76" x="909" y="262" as="geometry" />
        </mxCell>
        <mxCell id="C5UH879O8CjxN1mO6zWX-80" parent="1" style="text;html=1;whiteSpace=wrap;strokeColor=none;fillColor=none;align=center;verticalAlign=middle;rounded=0;" value="pulse log" vertex="1">
          <mxGeometry height="30" width="61" x="1079" y="220" as="geometry" />
        </mxCell>
        <mxCell id="C5UH879O8CjxN1mO6zWX-81" parent="1" style="text;html=1;whiteSpace=wrap;strokeColor=none;fillColor=none;align=center;verticalAlign=middle;rounded=0;" value="pulse log" vertex="1">
          <mxGeometry height="30" width="61" x="1079" y="58" as="geometry" />
        </mxCell>
        <mxCell id="C5UH879O8CjxN1mO6zWX-83" parent="1" style="rounded=0;whiteSpace=wrap;html=1;fillColor=#fff2cc;strokeColor=#d6b656;" value="&lt;div&gt;&lt;b&gt;Delay Unit&lt;/b&gt;&lt;/div&gt;&lt;div&gt;(x2 DP BRAM Circular Buffer)&lt;/div&gt;" vertex="1">
          <mxGeometry height="60" width="90" x="305" y="329" as="geometry" />
        </mxCell>
        <mxCell id="C5UH879O8CjxN1mO6zWX-84" parent="1" style="text;html=1;whiteSpace=wrap;strokeColor=none;fillColor=none;align=center;verticalAlign=middle;rounded=0;" value="vn" vertex="1">
          <mxGeometry height="30" width="60" x="310" y="304" as="geometry" />
        </mxCell>
        <mxCell id="C5UH879O8CjxN1mO6zWX-85" parent="1" style="text;html=1;whiteSpace=wrap;strokeColor=none;fillColor=none;align=center;verticalAlign=middle;rounded=0;" value="log" vertex="1">
          <mxGeometry height="30" width="61" x="970" y="11" as="geometry" />
        </mxCell>
-         <mxCell id="C5UH879O8CjxN1mO6zWX-86" parent="1" style="text;html=1;whiteSpace=wrap;strokeColor=none;fillColor=none;align=center;verticalAlign=middle;rounded=0;" value="data_i" vertex="1">
-           <mxGeometry height="30" width="76" x="241.5" y="213" as="geometry" />
+         <mxCell id="C5UH879O8CjxN1mO6zWX-86" parent="1" style="text;html=1;whiteSpace=wrap;strokeColor=none;fillColor=none;align=center;verticalAlign=middle;rounded=0;" value="DATA_I" vertex="1">
+           <mxGeometry height="30" width="76" x="239" y="215" as="geometry" />
        </mxCell>
        <mxCell id="C5UH879O8CjxN1mO6zWX-87" parent="1" style="text;html=1;whiteSpace=wrap;strokeColor=none;fillColor=none;align=center;verticalAlign=middle;rounded=0;" value="pulse done" vertex="1">
          <mxGeometry height="30" width="80" x="603" y="350" as="geometry" />
        </mxCell>
        <mxCell id="C5UH879O8CjxN1mO6zWX-88" parent="1" style="text;html=1;whiteSpace=wrap;strokeColor=none;fillColor=none;align=center;verticalAlign=middle;rounded=0;" value="&lt;b&gt;Python input pulse&lt;/b&gt;" vertex="1">
          <mxGeometry height="30" width="120" x="67" y="6" as="geometry" />
        </mxCell>
        <mxCell id="C5UH879O8CjxN1mO6zWX-92" parent="1" style="text;html=1;whiteSpace=wrap;strokeColor=none;fillColor=none;align=center;verticalAlign=middle;rounded=0;" value="ready" vertex="1">
          <mxGeometry height="30" width="60" x="862" y="262" as="geometry" />
        </mxCell>
        <mxCell id="C5UH879O8CjxN1mO6zWX-93" edge="1" parent="1" style="endArrow=classic;html=1;rounded=0;" value="">
          <mxGeometry height="50" relative="1" width="50" as="geometry">
            <mxPoint x="1035" y="216" as="sourcePoint" />
            <mxPoint x="1035" y="246" as="targetPoint" />
          </mxGeometry>
        </mxCell>
        <mxCell id="C5UH879O8CjxN1mO6zWX-94" parent="1" style="text;html=1;whiteSpace=wrap;strokeColor=none;fillColor=none;align=center;verticalAlign=middle;rounded=0;" value="&lt;font style=&quot;font-size: 11px;&quot;&gt;all valid&lt;/font&gt;" vertex="1">
          <mxGeometry height="30" width="61" x="982" y="211" as="geometry" />
        </mxCell>
        <mxCell id="C5UH879O8CjxN1mO6zWX-95" parent="1" style="text;html=1;whiteSpace=wrap;strokeColor=none;fillColor=none;align=center;verticalAlign=middle;rounded=0;" value="A0 trigg" vertex="1">
          <mxGeometry height="30" width="61" x="984.5" y="305" as="geometry" />
        </mxCell>
        <mxCell id="C5UH879O8CjxN1mO6zWX-96" parent="1" style="text;html=1;whiteSpace=wrap;strokeColor=none;fillColor=none;align=center;verticalAlign=middle;rounded=0;" value="pulse done" vertex="1">
          <mxGeometry height="30" width="80" x="1069" y="301" as="geometry" />
        </mxCell>
        <mxCell id="C5UH879O8CjxN1mO6zWX-97" parent="1" style="rounded=0;whiteSpace=wrap;html=1;fillColor=#f8cecc;strokeColor=#b85450;" value="&lt;div&gt;&lt;span style=&quot;background-color: transparent; color: light-dark(rgb(0, 0, 0), rgb(255, 255, 255));&quot;&gt;&lt;b style=&quot;&quot;&gt;&lt;font&gt;valid_tracker&lt;/font&gt;&lt;/b&gt;&lt;/span&gt;&lt;/div&gt;&lt;div&gt;&lt;span style=&quot;background-color: transparent; color: light-dark(rgb(0, 0, 0), rgb(255, 255, 255));&quot;&gt;(valid gen)&lt;/span&gt;&lt;/div&gt;" vertex="1">
-           <mxGeometry height="60" width="94" x="815" y="114.5" as="geometry" />
+           <mxGeometry height="60" width="94" x="662" y="-2" as="geometry" />
        </mxCell>
        <mxCell id="C5UH879O8CjxN1mO6zWX-112" edge="1" parent="1" source="C5UH879O8CjxN1mO6zWX-110" style="edgeStyle=orthogonalEdgeStyle;rounded=0;orthogonalLoop=1;jettySize=auto;html=1;">
          <mxGeometry relative="1" as="geometry">
            <mxPoint x="120" y="230" as="targetPoint" />
          </mxGeometry>
        </mxCell>
        <mxCell id="C5UH879O8CjxN1mO6zWX-110" parent="1" style="rounded=0;whiteSpace=wrap;html=1;fillColor=#f8cecc;strokeColor=#b85450;" value="&lt;div&gt;&lt;b&gt;stored_pulse&lt;/b&gt;&lt;/div&gt;&lt;div&gt;(BRAM)&lt;/div&gt;" vertex="1">
          <mxGeometry height="60" width="120" x="60" y="141" as="geometry" />
        </mxCell>
        <mxCell id="C5UH879O8CjxN1mO6zWX-127" parent="1" style="text;html=1;whiteSpace=wrap;strokeColor=none;fillColor=none;align=center;verticalAlign=middle;rounded=0;" value="offset trigg" vertex="1">
          <mxGeometry height="19" width="70" x="606.5" y="243" as="geometry" />
        </mxCell>
        <mxCell id="k51QHuAgghIAk2RmYg5w-16" edge="1" parent="1" source="C5UH879O8CjxN1mO6zWX-83" style="edgeStyle=orthogonalEdgeStyle;rounded=0;orthogonalLoop=1;jettySize=auto;html=1;exitX=0.75;exitY=0;exitDx=0;exitDy=0;entryX=0.687;entryY=1.002;entryDx=0;entryDy=0;entryPerimeter=0;" target="C5UH879O8CjxN1mO6zWX-9">
          <mxGeometry relative="1" as="geometry" />
        </mxCell>
        <mxCell id="k51QHuAgghIAk2RmYg5w-17" parent="1" style="text;html=1;whiteSpace=wrap;strokeColor=none;fillColor=none;align=center;verticalAlign=middle;rounded=0;" value="vk,vl,vkl&amp;nbsp;" vertex="1">
          <mxGeometry height="30" width="60" x="371.5" y="304" as="geometry" />
        </mxCell>
        <mxCell id="k51QHuAgghIAk2RmYg5w-18" edge="1" parent="1" source="C5UH879O8CjxN1mO6zWX-83" style="edgeStyle=orthogonalEdgeStyle;rounded=0;orthogonalLoop=1;jettySize=auto;html=1;exitX=0.25;exitY=0;exitDx=0;exitDy=0;entryX=0.308;entryY=0.992;entryDx=0;entryDy=0;entryPerimeter=0;" target="C5UH879O8CjxN1mO6zWX-9">
          <mxGeometry relative="1" as="geometry" />
        </mxCell>
-         <mxCell id="k51QHuAgghIAk2RmYg5w-25" edge="1" parent="1" source="k51QHuAgghIAk2RmYg5w-23" style="edgeStyle=orthogonalEdgeStyle;rounded=0;orthogonalLoop=1;jettySize=auto;html=1;entryX=0;entryY=0.5;entryDx=0;entryDy=0;exitX=0.736;exitY=0.433;exitDx=0;exitDy=0;exitPerimeter=0;" target="C5UH879O8CjxN1mO6zWX-11">
-           <mxGeometry relative="1" as="geometry">
-             <Array as="points">
-               <mxPoint x="439.94" y="40" />
-               <mxPoint x="489.94" y="40" />
+         <mxCell id="k51QHuAgghIAk2RmYg5w-56" edge="1" parent="1" source="k51QHuAgghIAk2RmYg5w-23" style="edgeStyle=orthogonalEdgeStyle;rounded=0;orthogonalLoop=1;jettySize=auto;html=1;entryX=0.75;entryY=1;entryDx=0;entryDy=0;" target="C5UH879O8CjxN1mO6zWX-19">
+           <mxGeometry relative="1" as="geometry">
+             <Array as="points">
+               <mxPoint x="440" y="100" />
+               <mxPoint x="375.52" y="100" />
            </Array>
          </mxGeometry>
        </mxCell>
        <mxCell id="k51QHuAgghIAk2RmYg5w-23" parent="1" style="shape=waypoint;sketch=0;fillStyle=solid;size=6;pointerEvents=1;points=[];fillColor=none;resizable=0;rotatable=0;perimeter=centerPerimeter;snapToPoint=1;" value="" vertex="1">
          <mxGeometry height="20" width="20" x="430" y="149.5" as="geometry" />
        </mxCell>
-         <mxCell id="k51QHuAgghIAk2RmYg5w-31" edge="1" parent="1" source="C5UH879O8CjxN1mO6zWX-11" style="edgeStyle=orthogonalEdgeStyle;rounded=0;orthogonalLoop=1;jettySize=auto;html=1;entryX=0;entryY=0.342;entryDx=0;entryDy=0;entryPerimeter=0;exitX=1;exitY=0.5;exitDx=0;exitDy=0;" target="C5UH879O8CjxN1mO6zWX-51">
-           <mxGeometry relative="1" as="geometry">
-             <Array as="points">
-               <mxPoint x="580" y="40" />
-               <mxPoint x="620" y="40" />
-               <mxPoint x="620" y="90" />
-             </Array>
-           </mxGeometry>
-         </mxCell>
        <mxCell id="k51QHuAgghIAk2RmYg5w-32" edge="1" parent="1" style="edgeStyle=orthogonalEdgeStyle;rounded=0;orthogonalLoop=1;jettySize=auto;html=1;entryDx=0;entryDy=0;strokeWidth=2;" target="C5UH879O8CjxN1mO6zWX-66" value="">
          <mxGeometry relative="1" as="geometry">
            <mxPoint x="919" y="100" as="sourcePoint" />
            <mxPoint x="919" y="205" as="targetPoint" />
          </mxGeometry>
        </mxCell>
        <mxCell id="k51QHuAgghIAk2RmYg5w-33" edge="1" parent="1" source="C5UH879O8CjxN1mO6zWX-66" style="edgeStyle=orthogonalEdgeStyle;rounded=0;orthogonalLoop=1;jettySize=auto;html=1;entryX=0.5;entryY=0;entryDx=0;entryDy=0;" target="C5UH879O8CjxN1mO6zWX-25">
          <mxGeometry relative="1" as="geometry" />
        </mxCell>
        <mxCell id="C5UH879O8CjxN1mO6zWX-66" parent="1" style="shape=waypoint;sketch=0;fillStyle=solid;size=6;pointerEvents=1;points=[];fillColor=none;resizable=0;rotatable=0;perimeter=centerPerimeter;snapToPoint=1;" value="" vertex="1">
          <mxGeometry height="20" width="20" x="909" y="89" as="geometry" />
        </mxCell>
+         <mxCell id="k51QHuAgghIAk2RmYg5w-48" edge="1" parent="1" style="edgeStyle=orthogonalEdgeStyle;rounded=0;orthogonalLoop=1;jettySize=auto;html=1;entryX=0;entryY=0.75;entryDx=0;entryDy=0;jumpStyle=arc;" target="C5UH879O8CjxN1mO6zWX-51">
+           <mxGeometry relative="1" as="geometry">
+             <Array as="points">
+               <mxPoint x="440" y="160" />
+               <mxPoint x="620" y="160" />
+               <mxPoint x="620" y="114.5" />
+             </Array>
+             <mxPoint x="440" y="160" as="sourcePoint" />
+           </mxGeometry>
+         </mxCell>
        <mxCell id="k51QHuAgghIAk2RmYg5w-37" parent="1" style="text;html=1;whiteSpace=wrap;strokeColor=none;fillColor=none;align=center;verticalAlign=middle;rounded=0;" value="jord_pulse" vertex="1">
-           <mxGeometry height="19" width="70" x="410" y="163" as="geometry" />
+           <mxGeometry height="19" width="70" x="438.5" y="139" as="geometry" />
        </mxCell>
        <mxCell id="k51QHuAgghIAk2RmYg5w-38" parent="1" style="text;html=1;whiteSpace=wrap;strokeColor=none;fillColor=none;align=center;verticalAlign=middle;rounded=0;" value="mov_pulse" vertex="1">
-           <mxGeometry height="19" width="70" x="597.5" y="158.5" as="geometry" />
-         </mxCell>
-         <mxCell id="k51QHuAgghIAk2RmYg5w-39" parent="1" style="text;html=1;whiteSpace=wrap;strokeColor=none;fillColor=none;align=center;verticalAlign=middle;rounded=0;" value="delay_pulse" vertex="1">
-           <mxGeometry height="19" width="70" x="595.5" y="21" as="geometry" />
+           <mxGeometry height="19" width="70" x="588" y="54" as="geometry" />
+         </mxCell>
+         <mxCell id="k51QHuAgghIAk2RmYg5w-43" parent="1" style="text;html=1;whiteSpace=wrap;strokeColor=none;fillColor=none;align=center;verticalAlign=middle;rounded=0;" value="jord_pulse_d" vertex="1">
+           <mxGeometry height="19" width="97.5" x="396" y="24" as="geometry" />
+         </mxCell>
+         <mxCell id="k51QHuAgghIAk2RmYg5w-44" edge="1" parent="1" source="C5UH879O8CjxN1mO6zWX-19" style="edgeStyle=orthogonalEdgeStyle;rounded=0;orthogonalLoop=1;jettySize=auto;html=1;exitX=0.25;exitY=1;exitDx=0;exitDy=0;entryX=0.313;entryY=0.032;entryDx=0;entryDy=0;entryPerimeter=0;" target="C5UH879O8CjxN1mO6zWX-23">
+           <mxGeometry relative="1" as="geometry" />
+         </mxCell>
+         <mxCell id="k51QHuAgghIAk2RmYg5w-50" edge="1" parent="1" style="edgeStyle=orthogonalEdgeStyle;rounded=0;orthogonalLoop=1;jettySize=auto;html=1;entryX=0;entryY=0.5;entryDx=0;entryDy=0;" target="C5UH879O8CjxN1mO6zWX-97">
+           <mxGeometry relative="1" as="geometry">
+             <Array as="points">
+               <mxPoint x="610" y="28" />
+             </Array>
+             <mxPoint x="610" y="28" as="sourcePoint" />
+             <mxPoint x="661" y="20.5" as="targetPoint" />
+           </mxGeometry>
+         </mxCell>
+         <mxCell id="k51QHuAgghIAk2RmYg5w-51" parent="1" style="text;html=1;whiteSpace=wrap;strokeColor=none;fillColor=none;align=center;verticalAlign=middle;rounded=0;" value="delays_ready" vertex="1">
+           <mxGeometry height="19" width="70" x="583" y="7" as="geometry" />
+         </mxCell>
+         <mxCell id="k51QHuAgghIAk2RmYg5w-52" edge="1" parent="1" source="C5UH879O8CjxN1mO6zWX-97" style="edgeStyle=orthogonalEdgeStyle;rounded=0;orthogonalLoop=1;jettySize=auto;html=1;exitX=1;exitY=0.5;exitDx=0;exitDy=0;">
+           <mxGeometry relative="1" as="geometry">
+             <Array as="points">
+               <mxPoint x="776" y="28" />
+               <mxPoint x="780" y="27.45" />
+             </Array>
+             <mxPoint x="790" y="27.45" as="targetPoint" />
+           </mxGeometry>
+         </mxCell>
+         <mxCell id="k51QHuAgghIAk2RmYg5w-53" parent="1" style="text;html=1;whiteSpace=wrap;strokeColor=none;fillColor=none;align=center;verticalAlign=middle;rounded=0;" value="valid" vertex="1">
+           <mxGeometry height="19" width="40" x="756" y="6" as="geometry" />
+         </mxCell>
+         <mxCell id="k51QHuAgghIAk2RmYg5w-57" parent="1" style="shape=waypoint;sketch=0;fillStyle=solid;size=6;pointerEvents=1;points=[];fillColor=none;resizable=0;rotatable=0;perimeter=centerPerimeter;snapToPoint=1;" value="" vertex="1">
+           <mxGeometry height="20" width="20" x="429.5" y="90" as="geometry" />
+         </mxCell>
+         <mxCell id="k51QHuAgghIAk2RmYg5w-59" parent="1" style="text;html=1;whiteSpace=wrap;strokeColor=none;fillColor=none;align=center;verticalAlign=middle;rounded=0;" value="jord_pulse" vertex="1">
+           <mxGeometry height="19" width="70" x="395" y="80.5" as="geometry" />
        </mxCell>
      </root>
    </mxGraphModel>
  </diagram>
</mxfile>
